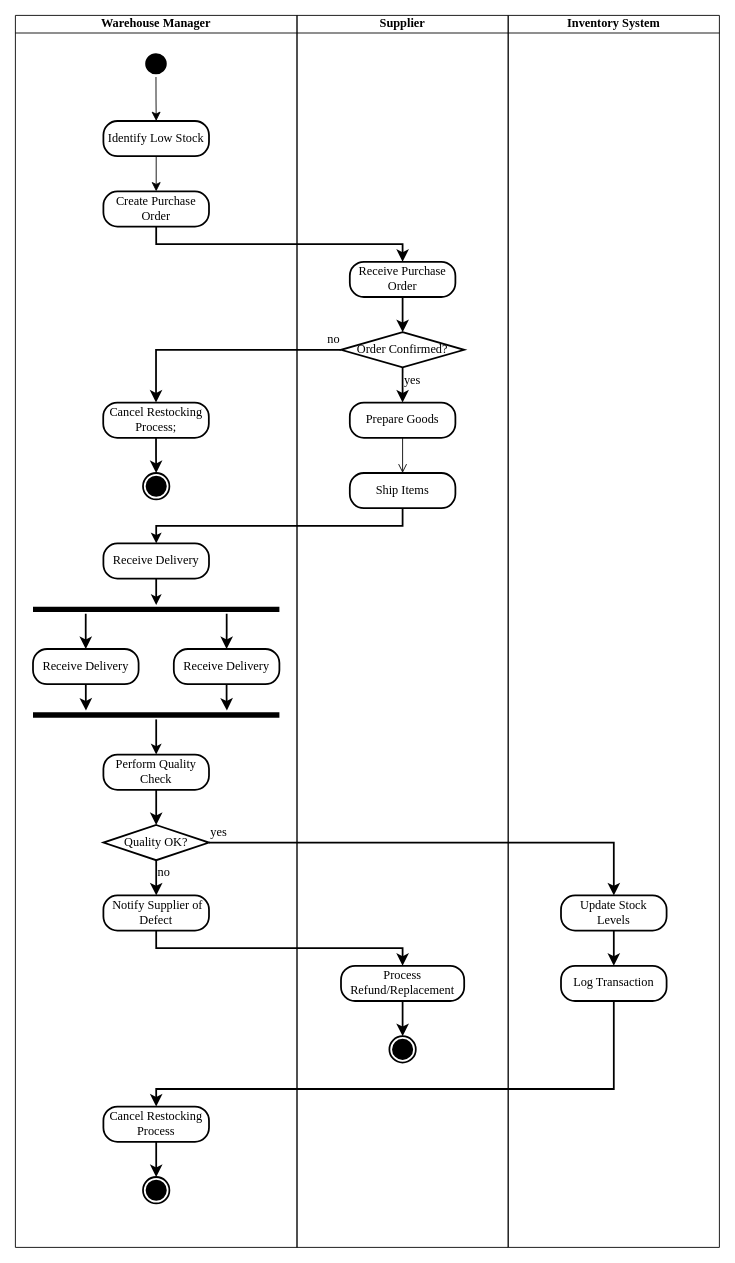
Earlier version of the draw.io diagram lab4/diagrams/restocking-activity-diagram.drawio (ivan-hrytsenko/warehouse-inventory-database). Source tidied: cells renumbered, new cells numbered last; positions are measured from the earlier drawing's top-left corner, leaving out a move shared by most shapes. Both pictures are drawn from the tidied source at 88%, with x=0, y=0 at pixel (15, 15).
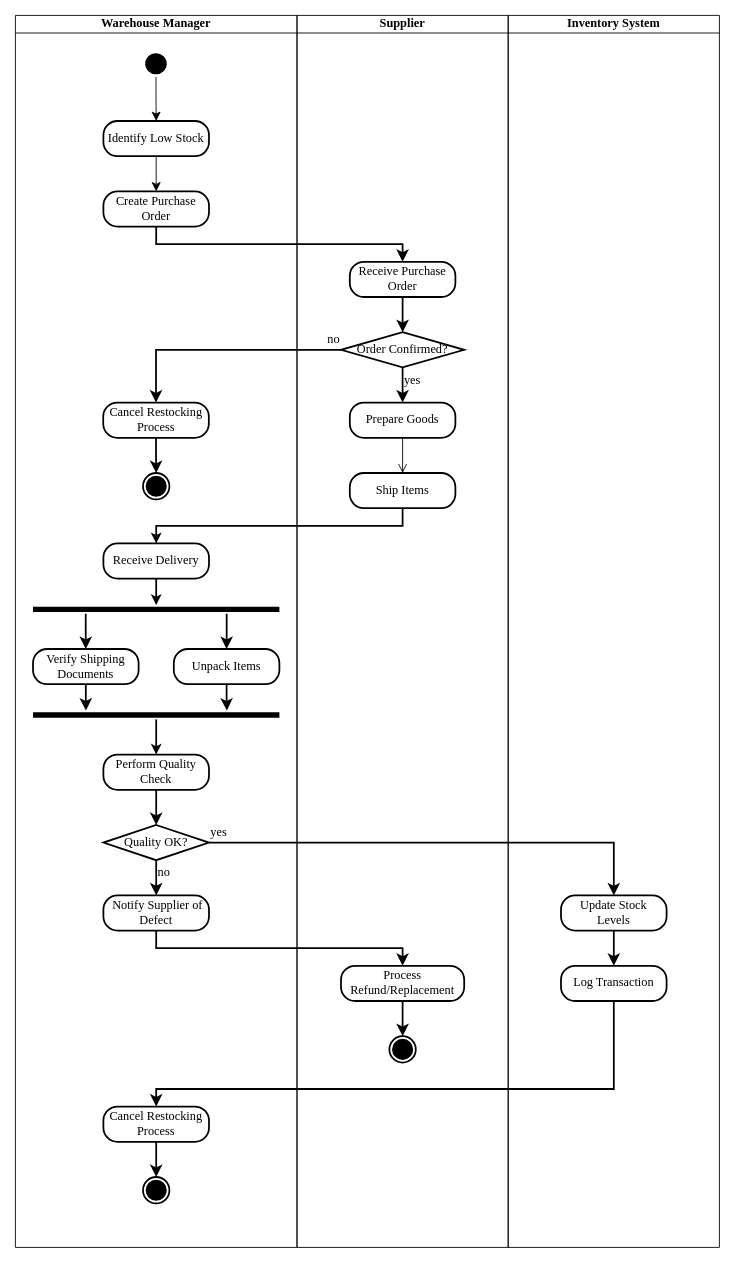
The same diagram, later.

Commit message (it also covers changes not shown here):
fix graphical representation of restocking activity diagram

Diff of the diagram source:
```diff
@@
-    <mxCell id="17" value="Cancel Restocking Process;" style="rounded=1;whiteSpace=wrap;html=1;arcSize=40;fontColor=light-dark(#000000,#000000);fillColor=light-dark(#FFFFFF,#FFFFFF);strokeColor=light-dark(#000000,#000000);strokeWidth=2;fontFamily=Times New Roman;fontSize=14;" parent="1" vertex="1">
+    <mxCell id="17" value="Cancel Restocking Process" style="rounded=1;whiteSpace=wrap;html=1;arcSize=40;fontColor=light-dark(#000000,#000000);fillColor=light-dark(#FFFFFF,#FFFFFF);strokeColor=light-dark(#000000,#000000);strokeWidth=2;fontFamily=Times New Roman;fontSize=14;" parent="1" vertex="1">
       <mxGeometry x="99.8" y="440" width="120" height="40" as="geometry" />
     </mxCell>
@@
-    <mxCell id="24" value="Receive Delivery" style="rounded=1;whiteSpace=wrap;html=1;arcSize=40;fontColor=light-dark(#000000,#000000);fillColor=light-dark(#FFFFFF,#FFFFFF);strokeColor=light-dark(#000000,#000000);strokeWidth=2;fontFamily=Times New Roman;fontSize=14;" parent="1" vertex="1">
+    <mxCell id="24" value="Unpack Items" style="rounded=1;whiteSpace=wrap;html=1;arcSize=40;fontColor=light-dark(#000000,#000000);fillColor=light-dark(#FFFFFF,#FFFFFF);strokeColor=light-dark(#000000,#000000);strokeWidth=2;fontFamily=Times New Roman;fontSize=14;" parent="1" vertex="1">
       <mxGeometry x="180" y="720" width="120" height="40" as="geometry" />
     </mxCell>
-    <mxCell id="25" value="Receive Delivery" style="rounded=1;whiteSpace=wrap;html=1;arcSize=40;fontColor=light-dark(#000000,#000000);fillColor=light-dark(#FFFFFF,#FFFFFF);strokeColor=light-dark(#000000,#000000);strokeWidth=2;fontFamily=Times New Roman;fontSize=14;" parent="1" vertex="1">
+    <mxCell id="25" value="Verify Shipping Documents" style="rounded=1;whiteSpace=wrap;html=1;arcSize=40;fontColor=light-dark(#000000,#000000);fillColor=light-dark(#FFFFFF,#FFFFFF);strokeColor=light-dark(#000000,#000000);strokeWidth=2;fontFamily=Times New Roman;fontSize=14;" parent="1" vertex="1">
       <mxGeometry x="20" y="720" width="120" height="40" as="geometry" />
     </mxCell>
```
